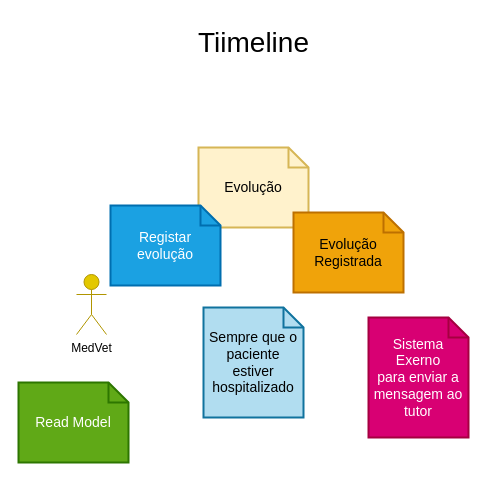
The draw.io diagram docs/eventStorming.drawio in vetcolibri/hospitalizacao, before the edit. Source tidied: cells renumbered, new cells numbered last; positions are measured from the earlier drawing's top-left corner, leaving out a move shared by most shapes. Both pictures are drawn from the tidied source at 100%, with x=0, y=0 at pixel (18, 17).
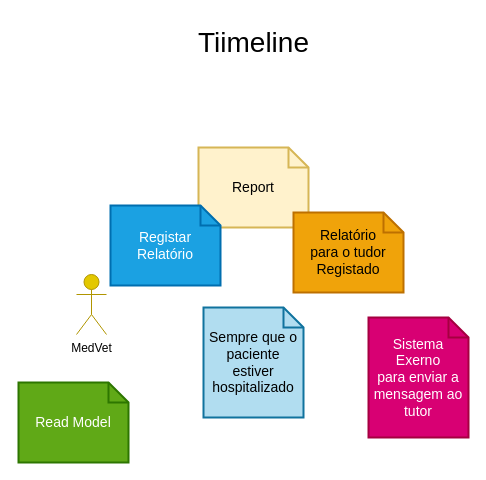
Above is the later version.

The edit, as a diff of the source:
```diff
@@
 <mxGraphModel>
   <root>
     <mxCell id="0" />
     <mxCell id="1" parent="0" />
     <mxCell id="2" value="MedVet" style="shape=umlActor;verticalLabelPosition=bottom;verticalAlign=top;html=1;fillColor=#e3c800;fontColor=#000000;strokeColor=#B09500;" parent="1" vertex="1">
       <mxGeometry x="58" y="257" width="30" height="60" as="geometry" />
     </mxCell>
     <mxCell id="3" value="Sempre que o paciente estiver hospitalizado" style="shape=note;strokeWidth=2;fontSize=14;size=20;whiteSpace=wrap;html=1;fillColor=#b1ddf0;strokeColor=#10739e;" parent="1" vertex="1">
       <mxGeometry x="185" y="290" width="100" height="110" as="geometry" />
     </mxCell>
     <mxCell id="4" value="Read Model" style="shape=note;strokeWidth=2;fontSize=14;size=20;whiteSpace=wrap;html=1;fillColor=#60a917;strokeColor=#2D7600;fontColor=#ffffff;" parent="1" vertex="1">
       <mxGeometry y="365" width="110" height="80" as="geometry" />
     </mxCell>
     <mxCell id="5" value="Sistema Exerno&lt;br&gt;para enviar a mensagem ao tutor" style="shape=note;strokeWidth=2;fontSize=14;size=20;whiteSpace=wrap;html=1;fillColor=#d80073;strokeColor=#A50040;fontColor=#ffffff;" parent="1" vertex="1">
       <mxGeometry x="350" y="300" width="100" height="120" as="geometry" />
     </mxCell>
-    <mxCell id="6" value="Evolução" style="shape=note;strokeWidth=2;fontSize=14;size=20;whiteSpace=wrap;html=1;fillColor=#fff2cc;strokeColor=#d6b656;" parent="1" vertex="1">
+    <mxCell id="6" value="Report" style="shape=note;strokeWidth=2;fontSize=14;size=20;whiteSpace=wrap;html=1;fillColor=#fff2cc;strokeColor=#d6b656;" parent="1" vertex="1">
       <mxGeometry x="180" y="130" width="110" height="80" as="geometry" />
     </mxCell>
-    <mxCell id="7" value="Evolução Registrada" style="shape=note;strokeWidth=2;fontSize=14;size=20;whiteSpace=wrap;html=1;fillColor=#f0a30a;strokeColor=#BD7000;fontColor=#000000;" parent="1" vertex="1">
+    <mxCell id="7" value="Relatório &lt;br&gt;para o tudor Registado" style="shape=note;strokeWidth=2;fontSize=14;size=20;whiteSpace=wrap;html=1;fillColor=#f0a30a;strokeColor=#BD7000;fontColor=#000000;" parent="1" vertex="1">
       <mxGeometry x="275" y="195" width="110" height="80" as="geometry" />
     </mxCell>
-    <mxCell id="8" value="Registar evolução" style="shape=note;strokeWidth=2;fontSize=14;size=20;whiteSpace=wrap;html=1;fillColor=#1ba1e2;strokeColor=#006EAF;fontColor=#ffffff;" parent="1" vertex="1">
+    <mxCell id="8" value="Registar Relatório" style="shape=note;strokeWidth=2;fontSize=14;size=20;whiteSpace=wrap;html=1;fillColor=#1ba1e2;strokeColor=#006EAF;fontColor=#ffffff;" parent="1" vertex="1">
       <mxGeometry x="92" y="188" width="110" height="80" as="geometry" />
     </mxCell>
     <mxCell id="9" value="&lt;font style=&quot;font-size: 28px;&quot;&gt;Tiimeline&lt;/font&gt;" style="text;html=1;strokeColor=none;fillColor=none;align=center;verticalAlign=middle;whiteSpace=wrap;rounded=0;" parent="1" vertex="1">
       <mxGeometry x="167.5" width="135" height="50" as="geometry" />
     </mxCell>
   </root>
 </mxGraphModel>
```
